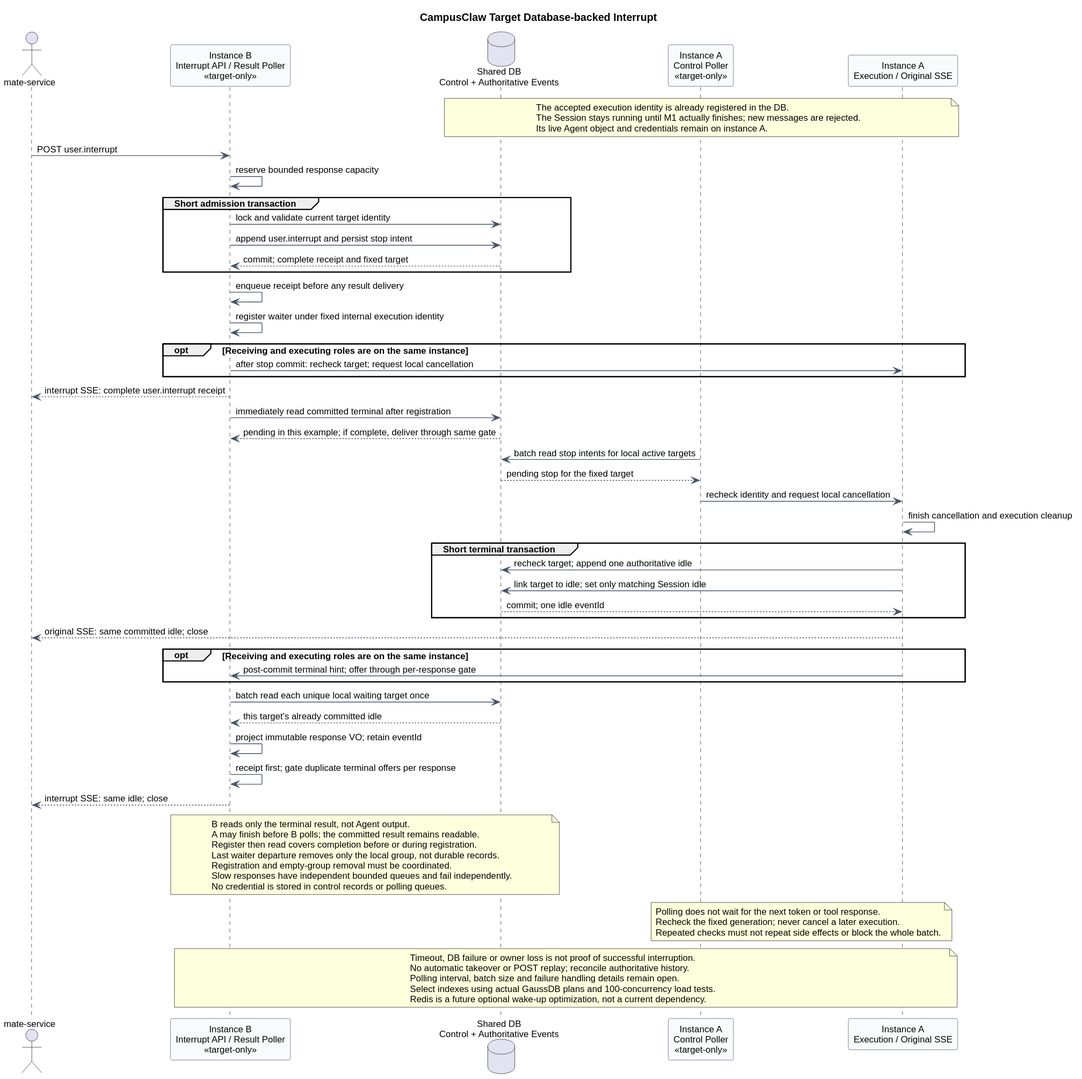
The PlantUML diagram 01-总体架构/01-CampusClaw多Agent运行时/设计图/事件接口重设计/target_database_interrupt_delivery.svg in ssm0808/pi-mono-java-design, before a commit.
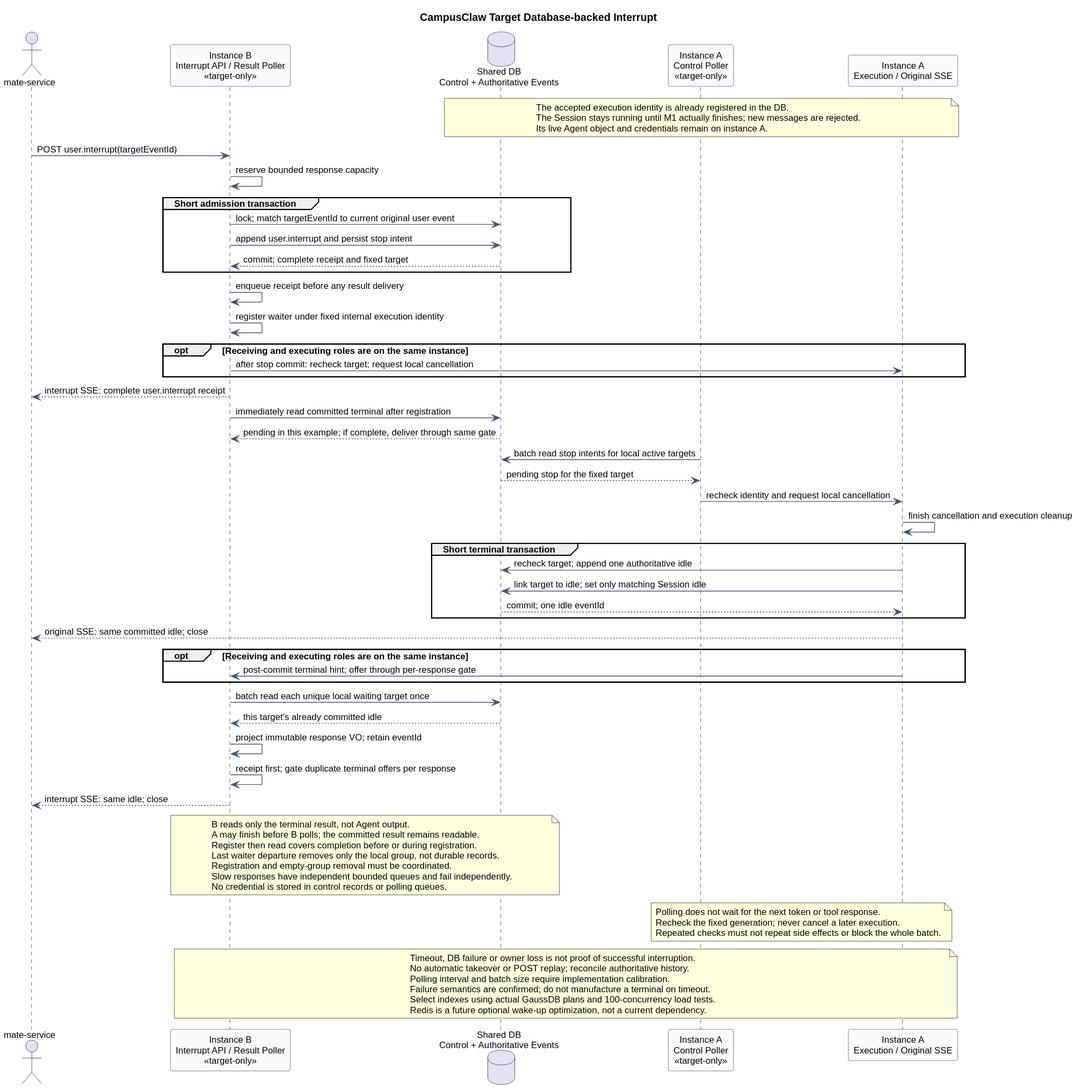
The same file after the commit.

The edit, as a diff of the source:
```diff
@@ -20,10 +20,10 @@
 The Session stays running until M1 actually finishes; new messages are rejected.
 Its live Agent object and credentials remain on instance A.
 end note
-Client -> B : POST user.interrupt
+Client -> B : POST user.interrupt(targetEventId)
 B -> B : reserve bounded response capacity
 group Short admission transaction
-  B -> DB : lock and validate current target identity
+  B -> DB : lock; match targetEventId to current original user event
   B -> DB : append user.interrupt and persist stop intent
   DB --> B : commit; complete receipt and fixed target
 end
@@ -73,7 +73,8 @@
 note over B,A
 Timeout, DB failure or owner loss is not proof of successful interruption.
 No automatic takeover or POST replay; reconcile authoritative history.
-Polling interval, batch size and failure handling details remain open.
+Polling interval and batch size require implementation calibration.
+Failure semantics are confirmed; do not manufacture a terminal on timeout.
 Select indexes using actual GaussDB plans and 100-concurrency load tests.
 Redis is a future optional wake-up optimization, not a current dependency.
 end note
```
